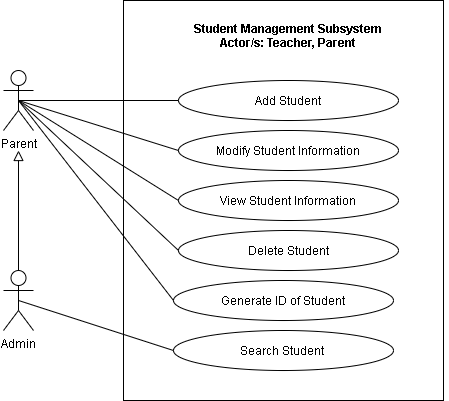
This is REVISIONS/UML-DIAGRAMS/6-9-2021/USE CASE/Diagram-SMS.png from mrklglsn/CAPSTONE-FILES, a draw.io export, as it was before one commit. Source tidied: cells renumbered, new cells last; positions are measured from the earlier drawing's top-left corner, leaving out a move shared by most shapes.
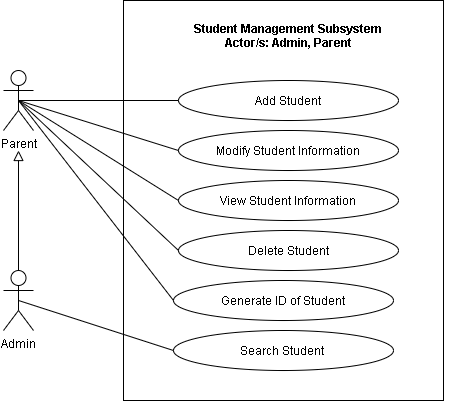
The same file after the commit.

The edit, as a diff of the source:
```diff
@@ -34,7 +34,7 @@
     <mxCell id="11" value="Admin" style="shape=umlActor;verticalLabelPosition=bottom;verticalAlign=top;html=1;fillColor=none;" parent="1" vertex="1">
       <mxGeometry y="270" width="30" height="60" as="geometry" />
     </mxCell>
-    <mxCell id="12" value="Student Management Subsystem&#10;Actor/s: Teacher, Parent" style="text;align=center;fontStyle=1;verticalAlign=middle;spacingLeft=3;spacingRight=3;strokeColor=none;fillColor=none;" parent="1" vertex="1">
+    <mxCell id="12" value="Student Management Subsystem&#10;Actor/s: Admin, Parent" style="text;align=center;fontStyle=1;verticalAlign=middle;spacingLeft=3;spacingRight=3;strokeColor=none;fillColor=none;" parent="1" vertex="1">
       <mxGeometry x="125" y="20" width="320" height="30" as="geometry" />
     </mxCell>
     <mxCell id="13" value="Add Student" style="ellipse;whiteSpace=wrap;html=1;fillColor=none;" parent="1" vertex="1">
```
